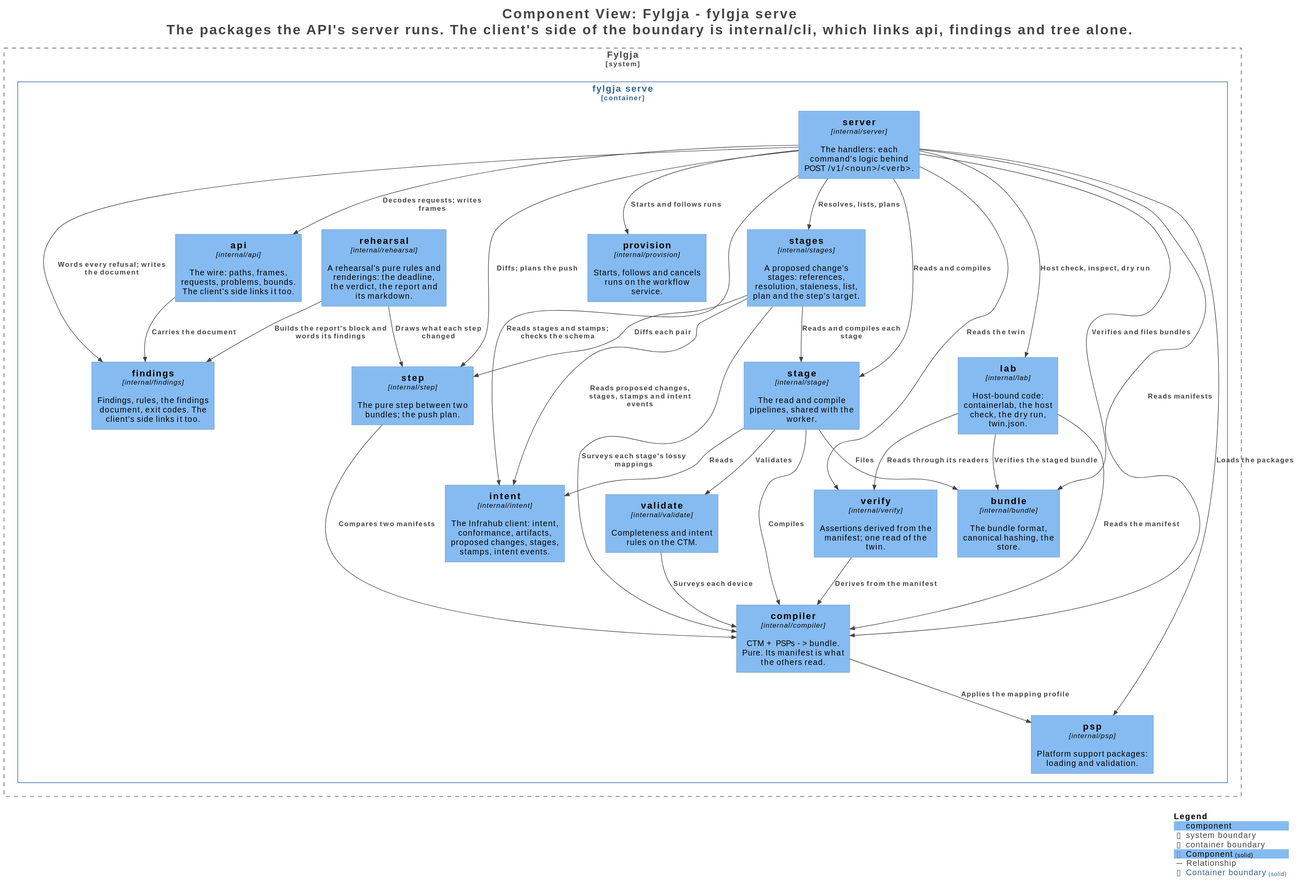
The PlantUML diagram docs/c4/structurizr-ServerComponents.svg in happypathnetworking/fylgja, before a commit.
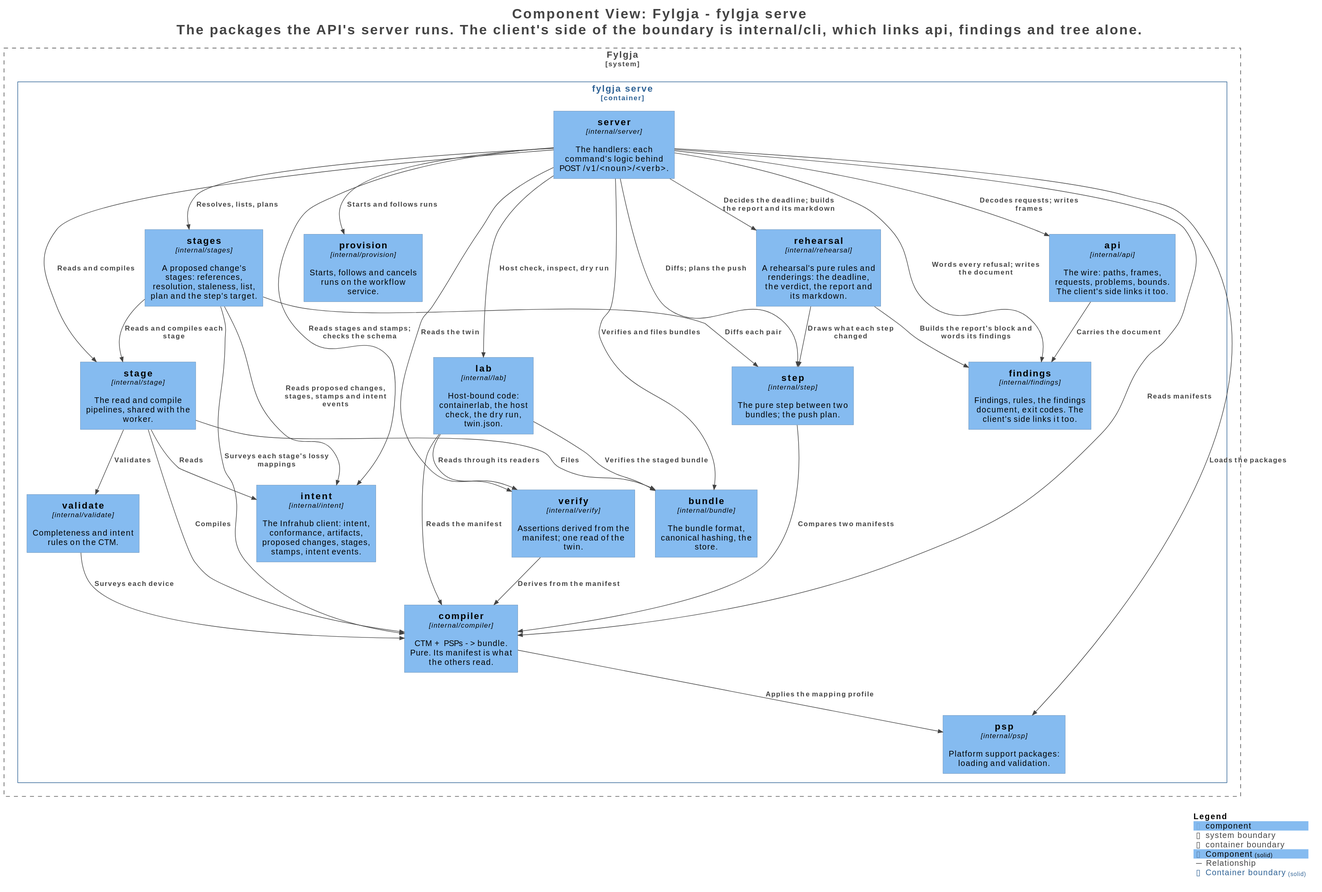
The same file after the commit.

Commit message:
docs(c4): the server's handlers draw on the rehearsal

The edit, as a diff of the source:
```diff
@@ -54,6 +54,7 @@
 Rel(Fylgja.fylgjaserve.server, Fylgja.fylgjaserve.lab, "Host check, inspect, dry run", $techn="", $tags="Relationship", $link="")
 Rel(Fylgja.fylgjaserve.server, Fylgja.fylgjaserve.verify, "Reads the twin", $techn="", $tags="Relationship", $link="")
 Rel(Fylgja.fylgjaserve.server, Fylgja.fylgjaserve.provision, "Starts and follows runs", $techn="", $tags="Relationship", $link="")
+Rel(Fylgja.fylgjaserve.server, Fylgja.fylgjaserve.rehearsal, "Decides the deadline; builds the report and its markdown", $techn="", $tags="Relationship", $link="")
 Rel(Fylgja.fylgjaserve.api, Fylgja.fylgjaserve.findings, "Carries the document", $techn="", $tags="Relationship", $link="")
 Rel(Fylgja.fylgjaserve.stages, Fylgja.fylgjaserve.stage, "Reads and compiles each stage", $techn="", $tags="Relationship", $link="")
 Rel(Fylgja.fylgjaserve.stages, Fylgja.fylgjaserve.intent, "Reads proposed changes, stages, stamps and intent events", $techn="", $tags="Relationship", $link="")
```
